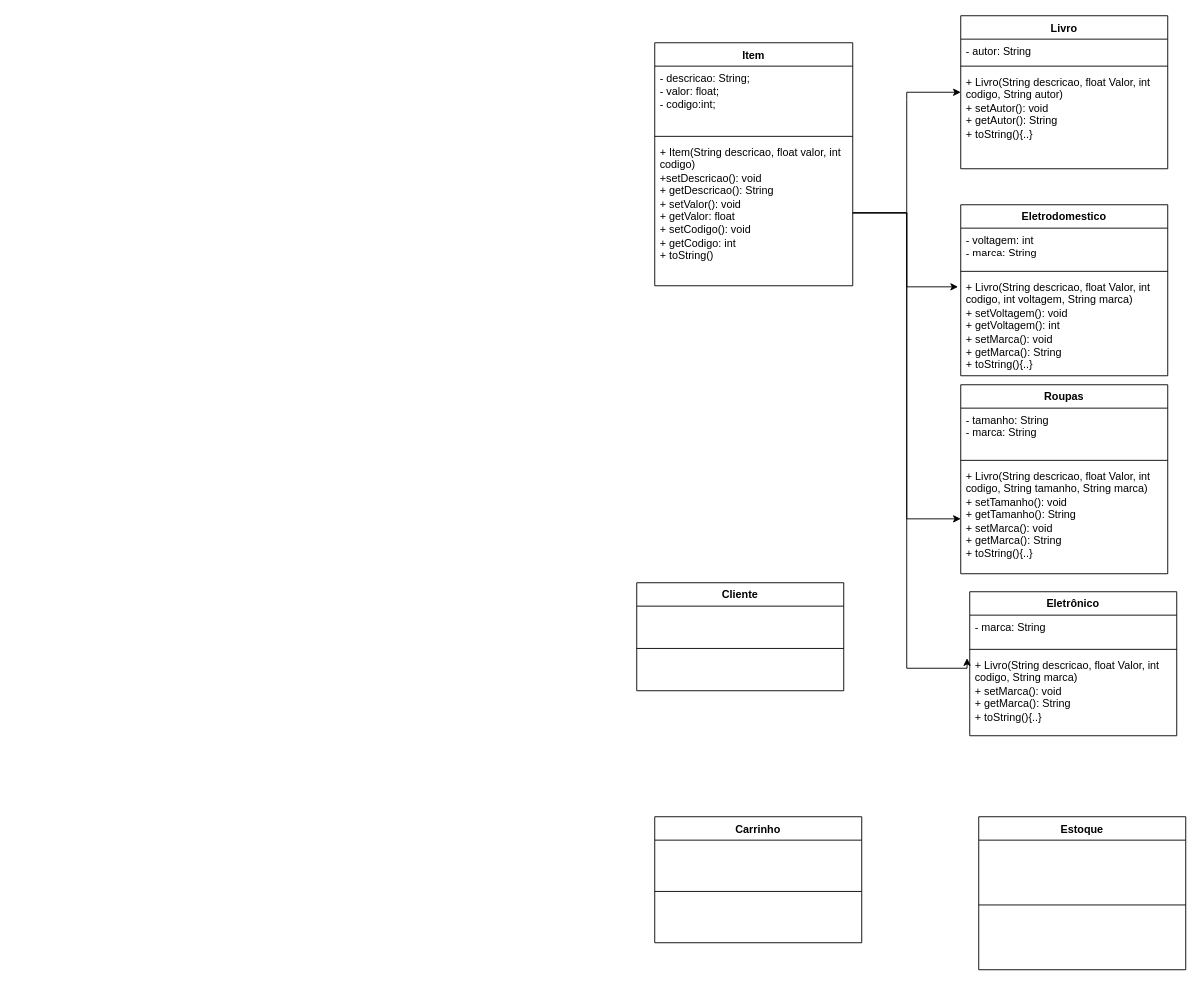
GustaSch/TrabalhoGrauB keeps this draw.io diagram as Diagrama de classe do projeto.drawio. Above is the earlier version. Source tidied: cells renumbered, new cells numbered last; positions are measured from the earlier drawing's top-left corner, leaving out a move shared by most shapes. Both pictures are drawn from the tidied source at 90%, with x=0, y=0 at pixel (636, 15).
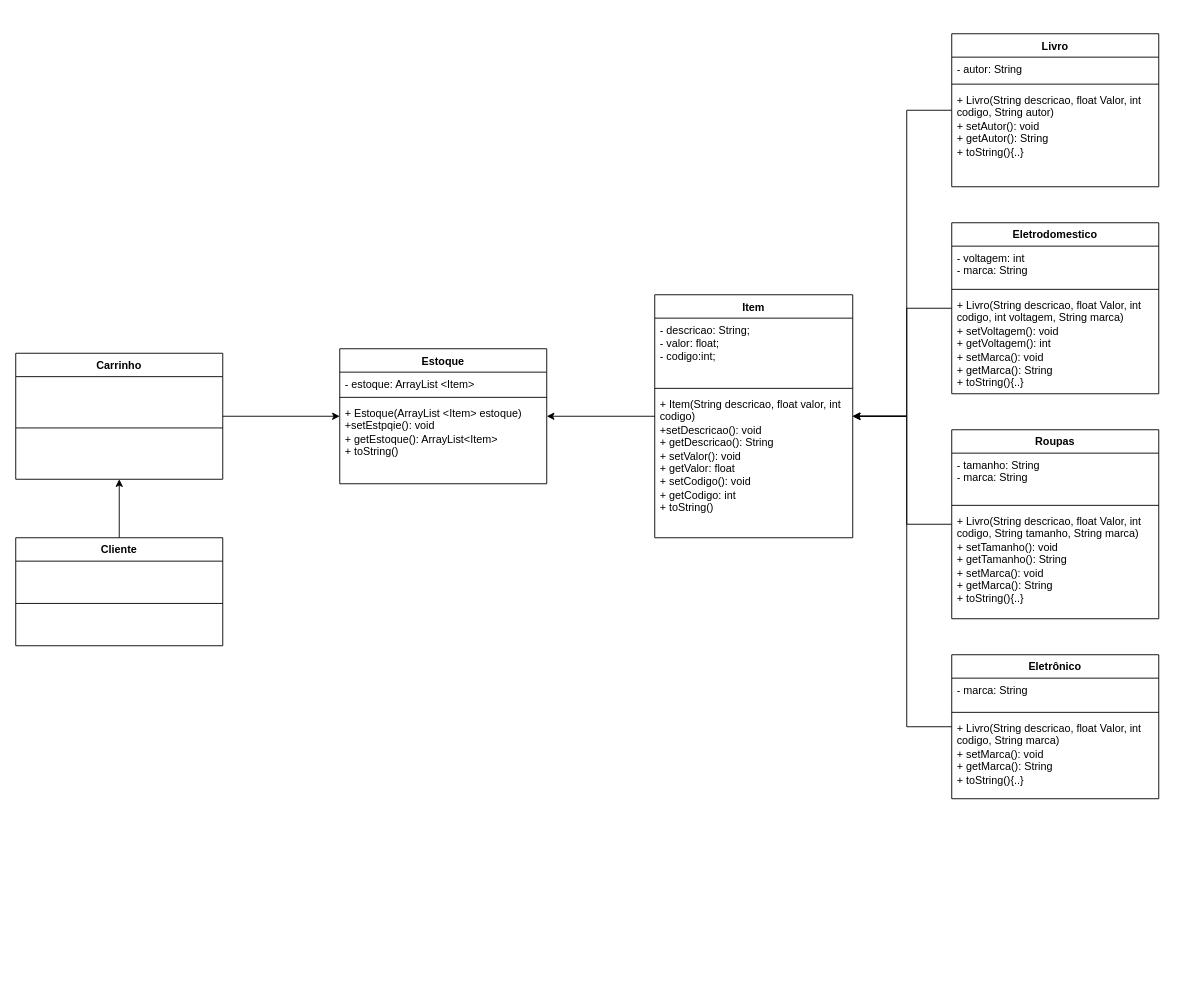
After the change.

Commit message:
Atualizado o Diagrama, organizando o objeto estoque

The change refers to these unchanged cells:
```xml
<mxCell id="9" value="+ Item(String descricao, float valor, int codigo)&lt;br&gt;+setDescricao(): void&lt;br&gt;+ getDescricao(): String&lt;br&gt;+ setValor(): void&lt;br&gt;+ getValor: float&lt;br&gt;+ setCodigo(): void&lt;br&gt;+ getCodigo: int&lt;br&gt;+ toString()" style="text;strokeColor=none;fillColor=none;align=left;verticalAlign=top;spacingLeft=4;spacingRight=4;overflow=hidden;points=[[0,0.5],[1,0.5]];portConstraint=eastwest;whiteSpace=wrap;html=1;" parent="6" vertex="1">
  <mxGeometry y="108" width="220" height="162" as="geometry" />
</mxCell>
<mxCell id="14" value="+ Livro(String descricao, float Valor, int codigo, int voltagem, String marca)&lt;br&gt;+ setVoltagem(): void&lt;br&gt;+ getVoltagem(): int&lt;br&gt;+ setMarca(): void&lt;br&gt;+ getMarca(): String&lt;br&gt;+ toString(){..}" style="text;strokeColor=none;fillColor=none;align=left;verticalAlign=top;spacingLeft=4;spacingRight=4;overflow=hidden;points=[[0,0.5],[1,0.5]];portConstraint=eastwest;whiteSpace=wrap;html=1;" parent="11" vertex="1">
  <mxGeometry y="78" width="230" height="112" as="geometry" />
</mxCell>
<mxCell id="19" value="+ Livro(String descricao, float Valor, int codigo, String tamanho, String marca)&lt;br&gt;+ setTamanho(): void&lt;br&gt;+ getTamanho(): String&lt;br&gt;+ setMarca(): void&lt;br style=&quot;border-color: var(--border-color);&quot;&gt;+ getMarca(): String&lt;br&gt;+ toString(){..}" style="text;strokeColor=none;fillColor=none;align=left;verticalAlign=top;spacingLeft=4;spacingRight=4;overflow=hidden;points=[[0,0.5],[1,0.5]];portConstraint=eastwest;whiteSpace=wrap;html=1;" parent="16" vertex="1">
  <mxGeometry y="88" width="230" height="122" as="geometry" />
</mxCell>
<mxCell id="24" value="+ Livro(String descricao, float Valor, int codigo, String marca)&lt;br&gt;+ setMarca(): void&lt;br&gt;+ getMarca(): String&lt;br&gt;+ toString(){..}" style="text;strokeColor=none;fillColor=none;align=left;verticalAlign=top;spacingLeft=4;spacingRight=4;overflow=hidden;points=[[0,0.5],[1,0.5]];portConstraint=eastwest;whiteSpace=wrap;html=1;" parent="21" vertex="1">
  <mxGeometry y="68" width="230" height="92" as="geometry" />
</mxCell>
```

Change to the diagram source:
```diff
@@
+    <mxCell id="32" style="edgeStyle=orthogonalEdgeStyle;rounded=0;jettySize=auto;html=1;" parent="1" edge="1" source="2" target="6">
+      <mxGeometry relative="1" as="geometry">
+        <Array as="points">
+          <mxPoint x="300" y="105" />
+          <mxPoint x="300" y="445" />
+        </Array>
+      </mxGeometry>
+    </mxCell>
     <mxCell id="2" value="Livro" style="swimlane;fontStyle=1;align=center;verticalAlign=top;horizontal=1;startSize=26;whiteSpace=wrap;html=1;" parent="1" vertex="1">
-      <mxGeometry x="360" width="230" height="170" as="geometry" />
+      <mxGeometry x="350" y="20" width="230" height="170" as="geometry" />
     </mxCell>
@@
+    <mxCell id="33" style="edgeStyle=orthogonalEdgeStyle;rounded=0;jettySize=auto;html=1;" parent="1" edge="1" source="6" target="30">
+      <mxGeometry relative="1" as="geometry" />
+    </mxCell>
     <mxCell id="6" value="Item" style="swimlane;fontStyle=1;align=center;verticalAlign=top;horizontal=1;startSize=26;whiteSpace=wrap;html=1;" parent="1" vertex="1">
-      <mxGeometry x="20" y="30" width="220" height="270" as="geometry" />
+      <mxGeometry x="20" y="310" width="220" height="270" as="geometry" />
     </mxCell>
@@
-    <mxCell id="10" style="edgeStyle=orthogonalEdgeStyle;rounded=0;jettySize=auto;html=1;entryX=0;entryY=0.5;entryDx=0;entryDy=0;" parent="1" edge="1" target="2">
-      <mxGeometry relative="1" as="geometry">
-        <mxPoint x="300" y="220" as="sourcePoint" />
-        <Array as="points">
-          <mxPoint x="300" y="93" />
-          <mxPoint x="300" y="85" />
-        </Array>
-      </mxGeometry>
-    </mxCell>
+    <mxCell id="34" style="edgeStyle=orthogonalEdgeStyle;rounded=0;jettySize=auto;html=1;" parent="1" edge="1" source="11" target="6">
+      <mxGeometry relative="1" as="geometry">
+        <Array as="points">
+          <mxPoint x="300" y="325" />
+          <mxPoint x="300" y="445" />
+        </Array>
+      </mxGeometry>
+    </mxCell>
     <mxCell id="11" value="Eletrodomestico" style="swimlane;fontStyle=1;align=center;verticalAlign=top;horizontal=1;startSize=26;whiteSpace=wrap;html=1;" parent="1" vertex="1">
-      <mxGeometry x="360" y="210" width="230" height="190" as="geometry" />
+      <mxGeometry x="350" y="230" width="230" height="190" as="geometry" />
     </mxCell>
@@
-    <mxCell id="15" style="edgeStyle=orthogonalEdgeStyle;rounded=0;jettySize=auto;html=1;entryX=-0.013;entryY=0.118;entryDx=0;entryDy=0;entryPerimeter=0;" parent="1" edge="1" source="9" target="14">
-      <mxGeometry relative="1" as="geometry" />
-    </mxCell>
+    <mxCell id="35" style="edgeStyle=orthogonalEdgeStyle;rounded=0;jettySize=auto;html=1;" parent="1" edge="1" source="16" target="6">
+      <mxGeometry relative="1" as="geometry">
+        <Array as="points">
+          <mxPoint x="300" y="565" />
+          <mxPoint x="300" y="445" />
+        </Array>
+      </mxGeometry>
+    </mxCell>
     <mxCell id="16" value="Roupas" style="swimlane;fontStyle=1;align=center;verticalAlign=top;horizontal=1;startSize=26;whiteSpace=wrap;html=1;" parent="1" vertex="1">
-      <mxGeometry x="360" y="410" width="230" height="210" as="geometry" />
+      <mxGeometry x="350" y="460" width="230" height="210" as="geometry" />
     </mxCell>
@@
-    <mxCell id="20" style="edgeStyle=orthogonalEdgeStyle;rounded=0;jettySize=auto;html=1;" parent="1" edge="1" source="9" target="19">
-      <mxGeometry relative="1" as="geometry">
-        <Array as="points">
-          <mxPoint x="300" y="219" />
-          <mxPoint x="300" y="559" />
-        </Array>
-      </mxGeometry>
-    </mxCell>
+    <mxCell id="36" style="edgeStyle=orthogonalEdgeStyle;rounded=0;jettySize=auto;html=1;" parent="1" edge="1" source="21" target="6">
+      <mxGeometry relative="1" as="geometry">
+        <Array as="points">
+          <mxPoint x="300" y="790" />
+          <mxPoint x="300" y="445" />
+        </Array>
+      </mxGeometry>
+    </mxCell>
     <mxCell id="21" value="Eletrônico" style="swimlane;fontStyle=1;align=center;verticalAlign=top;horizontal=1;startSize=26;whiteSpace=wrap;html=1;" parent="1" vertex="1">
-      <mxGeometry x="370" y="640" width="230" height="160" as="geometry" />
+      <mxGeometry x="350" y="710" width="230" height="160" as="geometry" />
     </mxCell>
@@
-    <mxCell id="25" style="edgeStyle=orthogonalEdgeStyle;rounded=0;jettySize=auto;html=1;entryX=-0.013;entryY=0.063;entryDx=0;entryDy=0;entryPerimeter=0;" parent="1" edge="1" source="9" target="24">
-      <mxGeometry relative="1" as="geometry">
-        <Array as="points">
-          <mxPoint x="300" y="219" />
-          <mxPoint x="300" y="725" />
-        </Array>
-      </mxGeometry>
-    </mxCell>
+    <mxCell id="37" style="edgeStyle=orthogonalEdgeStyle;rounded=0;jettySize=auto;html=1;" parent="1" edge="1" source="26" target="28">
+      <mxGeometry relative="1" as="geometry" />
+    </mxCell>
     <mxCell id="26" value="Cliente" style="swimlane;fontStyle=1;align=center;verticalAlign=top;horizontal=1;startSize=26;whiteSpace=wrap;html=1;" parent="1" vertex="1">
-      <mxGeometry y="630" width="230" height="120" as="geometry" />
+      <mxGeometry x="-690" y="580" width="230" height="120" as="geometry" />
     </mxCell>
@@
+    <mxCell id="38" style="edgeStyle=orthogonalEdgeStyle;rounded=0;jettySize=auto;html=1;" parent="1" edge="1" source="28" target="30">
+      <mxGeometry relative="1" as="geometry" />
+    </mxCell>
     <mxCell id="28" value="Carrinho" style="swimlane;fontStyle=1;align=center;verticalAlign=top;horizontal=1;startSize=26;whiteSpace=wrap;html=1;" parent="1" vertex="1">
-      <mxGeometry x="20" y="890" width="230" height="140" as="geometry" />
+      <mxGeometry x="-690" y="375" width="230" height="140" as="geometry" />
     </mxCell>
@@
     <mxCell id="30" value="Estoque" style="swimlane;fontStyle=1;align=center;verticalAlign=top;horizontal=1;startSize=26;whiteSpace=wrap;html=1;" parent="1" vertex="1">
-      <mxGeometry x="380" y="890" width="230" height="170" as="geometry" />
+      <mxGeometry x="-330" y="370" width="230" height="150" as="geometry" />
     </mxCell>
-    <mxCell id="31" style="line;strokeWidth=1;fillColor=none;align=left;verticalAlign=middle;spacingTop=-1;spacingLeft=3;spacingRight=3;labelPosition=right;strokeColor=inherit;" parent="30" vertex="1">
-      <mxGeometry y="26" width="230" height="144" as="geometry" />
-    </mxCell>
+    <mxCell id="39" value="- estoque: ArrayList &amp;lt;Item&amp;gt;" style="text;strokeColor=none;fillColor=none;align=left;verticalAlign=top;spacingLeft=4;spacingRight=4;overflow=hidden;whiteSpace=wrap;html=1;" parent="30" vertex="1">
+      <mxGeometry y="26" width="230" height="24" as="geometry" />
+    </mxCell>
+    <mxCell id="40" style="line;strokeWidth=1;fillColor=none;align=left;verticalAlign=middle;spacingTop=-1;spacingLeft=3;spacingRight=3;labelPosition=right;strokeColor=inherit;" parent="30" vertex="1">
+      <mxGeometry y="50" width="230" height="8" as="geometry" />
+    </mxCell>
+    <mxCell id="41" value="+ Estoque(ArrayList &amp;lt;Item&amp;gt; estoque)&lt;br&gt;+setEstpqie(): void&lt;br&gt;+ getEstoque(): ArrayList&amp;lt;Item&amp;gt;&lt;br&gt;+ toString()" style="text;strokeColor=none;fillColor=none;align=left;verticalAlign=top;spacingLeft=4;spacingRight=4;overflow=hidden;whiteSpace=wrap;html=1;" parent="30" vertex="1">
+      <mxGeometry y="58" width="230" height="92" as="geometry" />
+    </mxCell>
```
